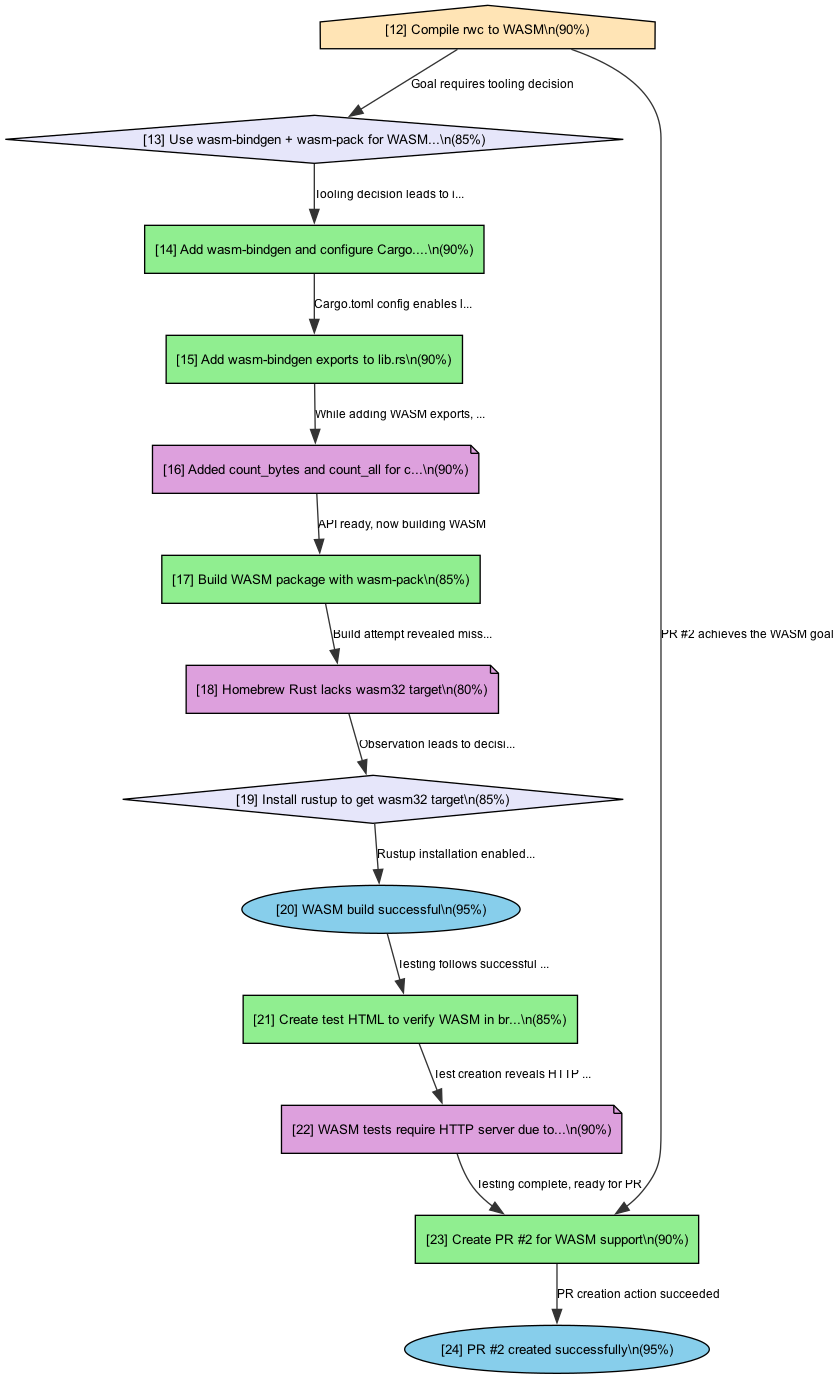
Above: docs/decision-graph.png in notactuallytreyanastasio/deciduous_example (Graphviz), before the change. Its source is kept beside it as docs/decision-graph.dot.
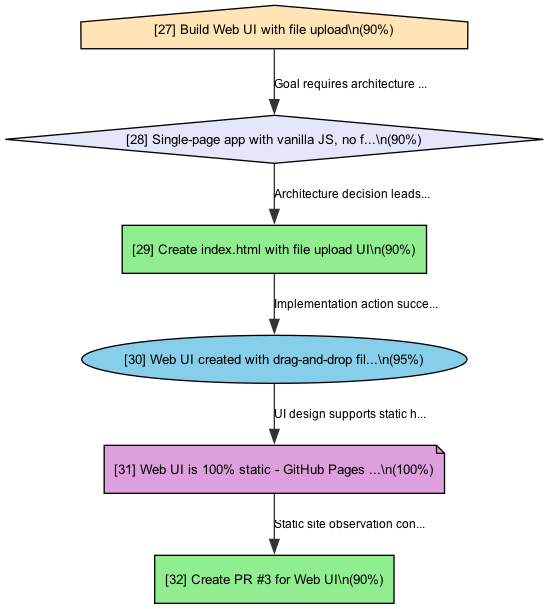
After the commit.

Commit message:
docs: add decision graph visualization

What changed in the source:
```diff
@@ -3,31 +3,16 @@
   node [fontname="Arial" fontsize=10];
   edge [fontname="Arial" fontsize=9];
 
-  12 [label="[12] Compile rwc to WASM\\n(90%)" shape="house" fillcolor="#FFE4B5" style="filled"];
-  13 [label="[13] Use wasm-bindgen + wasm-pack for WASM...\\n(85%)" shape="diamond" fillcolor="#E6E6FA" style="filled"];
-  14 [label="[14] Add wasm-bindgen and configure Cargo....\\n(90%)" shape="box" fillcolor="#90EE90" style="filled"];
-  15 [label="[15] Add wasm-bindgen exports to lib.rs\\n(90%)" shape="box" fillcolor="#90EE90" style="filled"];
-  16 [label="[16] Added count_bytes and count_all for c...\\n(90%)" shape="note" fillcolor="#DDA0DD" style="filled"];
-  17 [label="[17] Build WASM package with wasm-pack\\n(85%)" shape="box" fillcolor="#90EE90" style="filled"];
-  18 [label="[18] Homebrew Rust lacks wasm32 target\\n(80%)" shape="note" fillcolor="#DDA0DD" style="filled"];
-  19 [label="[19] Install rustup to get wasm32 target\\n(85%)" shape="diamond" fillcolor="#E6E6FA" style="filled"];
-  20 [label="[20] WASM build successful\\n(95%)" shape="ellipse" fillcolor="#87CEEB" style="filled"];
-  21 [label="[21] Create test HTML to verify WASM in br...\\n(85%)" shape="box" fillcolor="#90EE90" style="filled"];
-  22 [label="[22] WASM tests require HTTP server due to...\\n(90%)" shape="note" fillcolor="#DDA0DD" style="filled"];
-  23 [label="[23] Create PR #2 for WASM support\\n(90%)" shape="box" fillcolor="#90EE90" style="filled"];
-  24 [label="[24] PR #2 created successfully\\n(95%)" shape="ellipse" fillcolor="#87CEEB" style="filled"];
+  27 [label="[27] Build Web UI with file upload\\n(90%)" shape="house" fillcolor="#FFE4B5" style="filled"];
+  28 [label="[28] Single-page app with vanilla JS, no f...\\n(90%)" shape="diamond" fillcolor="#E6E6FA" style="filled"];
+  29 [label="[29] Create index.html with file upload UI\\n(90%)" shape="box" fillcolor="#90EE90" style="filled"];
+  30 [label="[30] Web UI created with drag-and-drop fil...\\n(95%)" shape="ellipse" fillcolor="#87CEEB" style="filled"];
+  31 [label="[31] Web UI is 100% static - GitHub Pages ...\\n(100%)" shape="note" fillcolor="#DDA0DD" style="filled"];
+  32 [label="[32] Create PR #3 for Web UI\\n(90%)" shape="box" fillcolor="#90EE90" style="filled"];
 
-  12 -> 13 [style="solid" color="#333333" label="Goal requires tooling decision"];
-  13 -> 14 [style="solid" color="#333333" label="Tooling decision leads to i..."];
-  14 -> 15 [style="solid" color="#333333" label="Cargo.toml config enables l..."];
-  15 -> 16 [style="solid" color="#333333" label="While adding WASM exports, ..."];
-  16 -> 17 [style="solid" color="#333333" label="API ready, now building WASM"];
-  17 -> 18 [style="solid" color="#333333" label="Build attempt revealed miss..."];
-  18 -> 19 [style="solid" color="#333333" label="Observation leads to decisi..."];
-  19 -> 20 [style="solid" color="#333333" label="Rustup installation enabled..."];
-  20 -> 21 [style="solid" color="#333333" label="Testing follows successful ..."];
-  21 -> 22 [style="solid" color="#333333" label="Test creation reveals HTTP ..."];
-  22 -> 23 [style="solid" color="#333333" label="Testing complete, ready for PR"];
-  12 -> 23 [style="solid" color="#333333" label="PR #2 achieves the WASM goal"];
-  23 -> 24 [style="solid" color="#333333" label="PR creation action succeeded"];
+  27 -> 28 [style="solid" color="#333333" label="Goal requires architecture ..."];
+  28 -> 29 [style="solid" color="#333333" label="Architecture decision leads..."];
+  29 -> 30 [style="solid" color="#333333" label="Implementation action succe..."];
+  30 -> 31 [style="solid" color="#333333" label="UI design supports static h..."];
+  31 -> 32 [style="solid" color="#333333" label="Static site observation con..."];
 }
```
